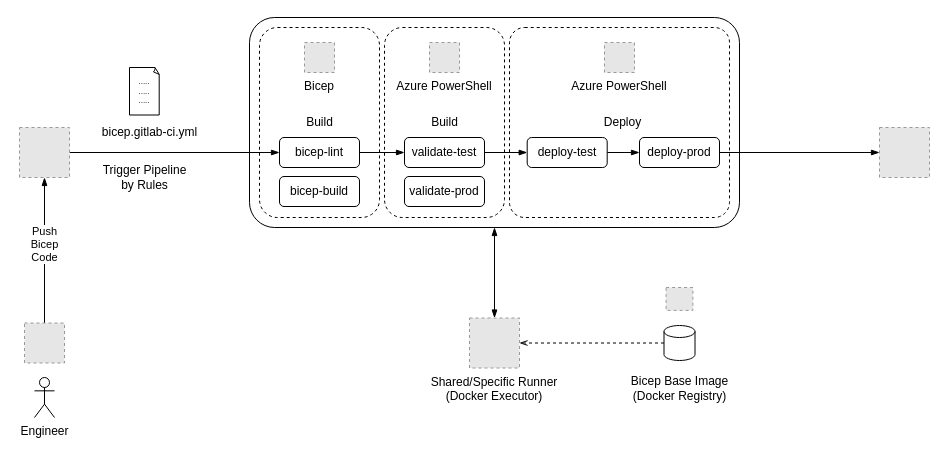
Before: page "pipeline" (2 of 3) of assets/2025-06-08-bicep-deployment-stack/bicep-deployment-stack.drawio in webflow-development/webflow.github.io, a draw.io diagram. Source tidied: cells renumbered, new cells numbered last; positions are measured from the earlier drawing's top-left corner, leaving out a move shared by most shapes. Both pictures are drawn from the tidied source at 100%, with x=0, y=0 at pixel (19, 17). Pictures stored in the file or linked from it are replaced by grey dashed boxes.
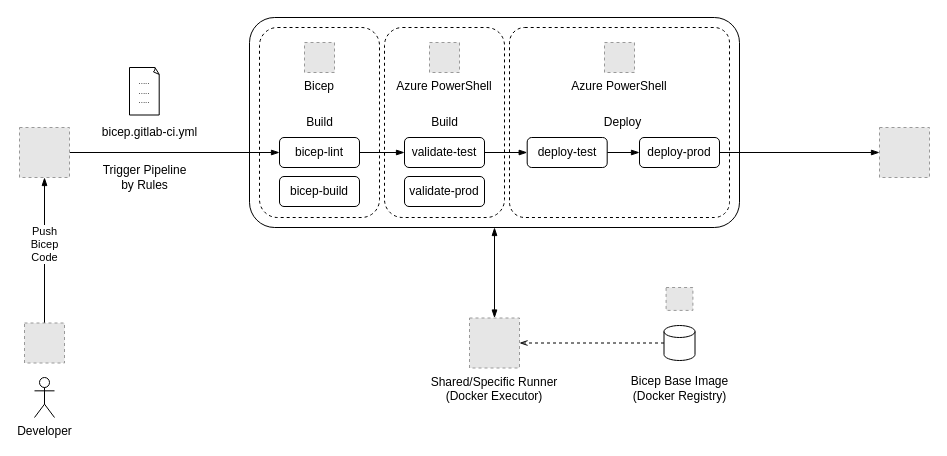
The same diagram, later.

Diff of the diagram source:
```diff
@@
-    <mxCell id="11" value="Engineer" style="shape=umlActor;verticalLabelPosition=bottom;verticalAlign=top;html=1;" parent="1" vertex="1">
+    <mxCell id="11" value="Developer" style="shape=umlActor;verticalLabelPosition=bottom;verticalAlign=top;html=1;" parent="1" vertex="1">
       <mxGeometry x="15" y="360" width="20" height="40" as="geometry" />
     </mxCell>
```
